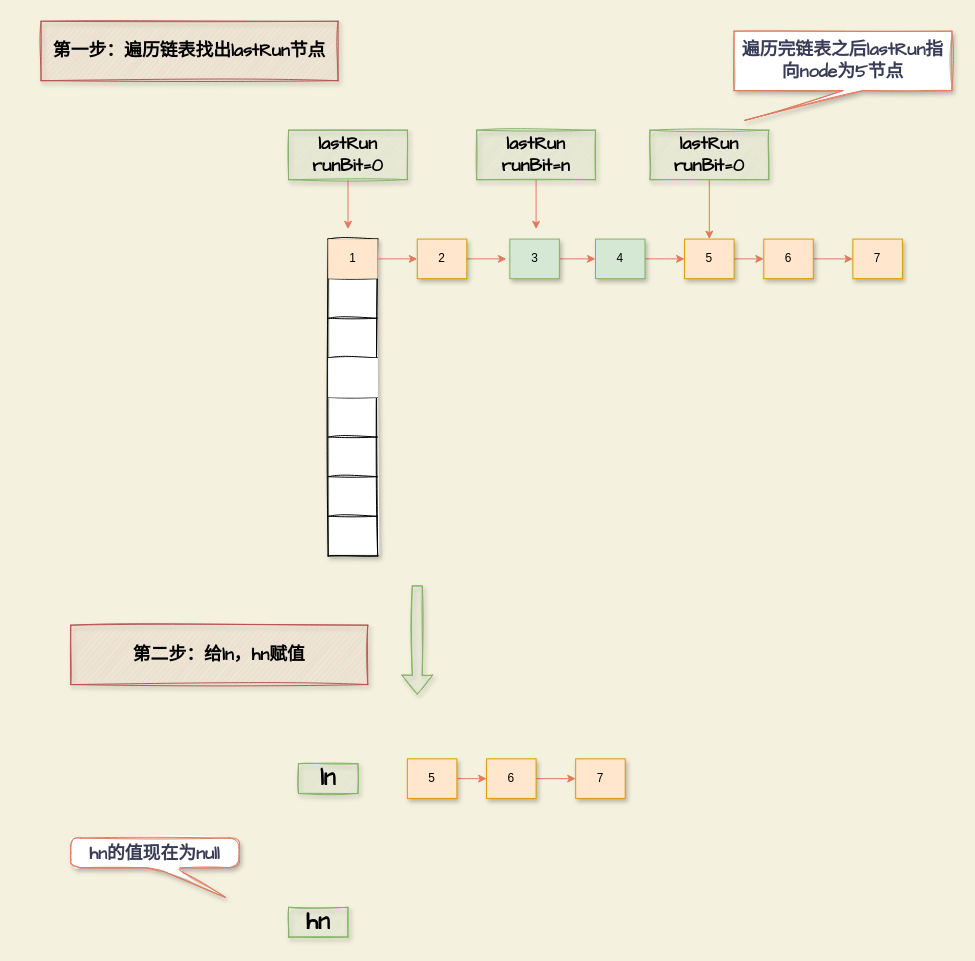
Above: page "为lastRun赋值" (10 of 16) of thread/扩容.drawio in mydlxy/draw (draw.io), before the change. Source tidied: cells renumbered, new cells numbered last; positions are measured from the earlier drawing's top-left corner, leaving out a move shared by most shapes. Both pictures are drawn from the tidied source at 99%, with x=0, y=0 at pixel (41, 21).
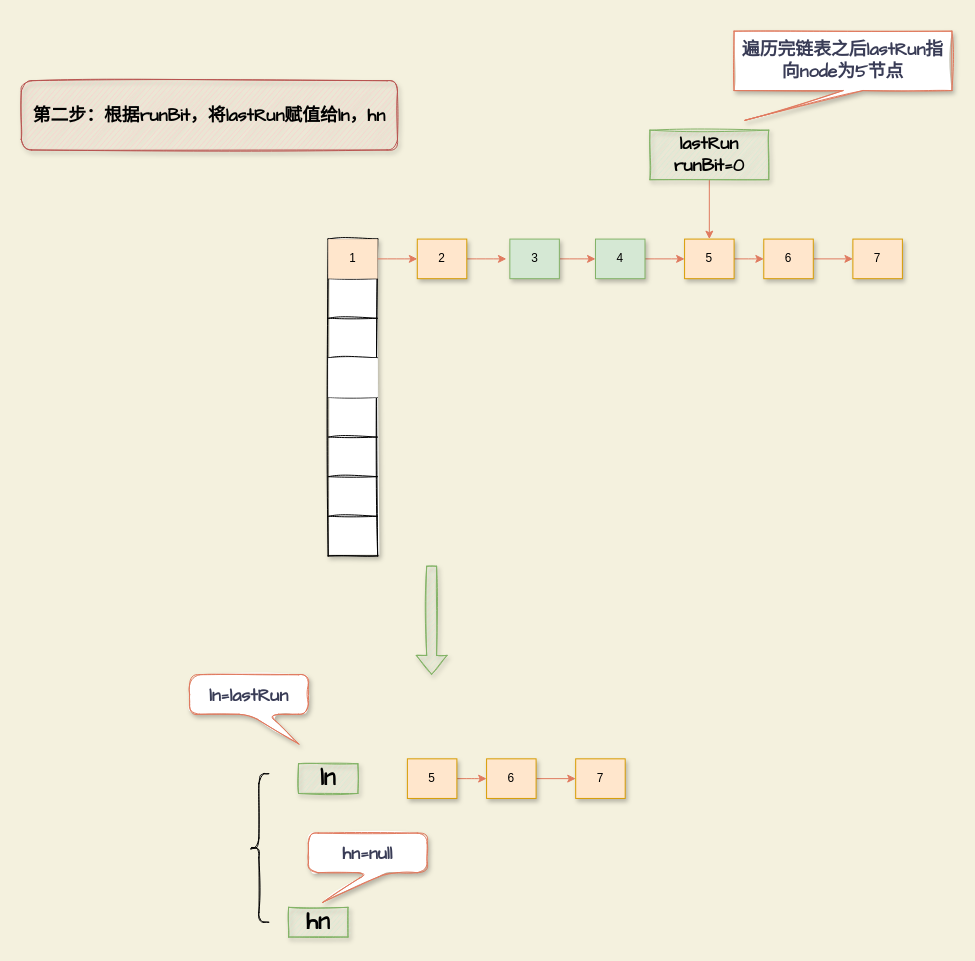
The same page after the edit.

Change to the diagram source:
```diff
@@
-    <mxCell id="31" style="edgeStyle=orthogonalEdgeStyle;curved=0;rounded=1;sketch=0;jettySize=auto;html=1;fontFamily=Comic Sans MS;fontSize=14;fontColor=#393C56;strokeColor=#E07A5F;fillColor=#F2CC8F;" parent="1" edge="1" source="32">
-      <mxGeometry relative="1" as="geometry">
-        <mxPoint x="310" y="210" as="targetPoint" />
-      </mxGeometry>
-    </mxCell>
-    <mxCell id="32" value="&lt;b&gt;&lt;font style=&quot;font-size: 18px;&quot;&gt;lastRun&lt;br&gt;runBit=0&lt;br&gt;&lt;/font&gt;&lt;/b&gt;" style="text;html=1;strokeColor=#82b366;fillColor=#d5e8d4;align=center;verticalAlign=middle;whiteSpace=wrap;rounded=0;shadow=1;sketch=1;fontFamily=Comic Sans MS;fontSize=14;" parent="1" vertex="1">
-      <mxGeometry x="250" y="110" width="120" height="50" as="geometry" />
-    </mxCell>
-    <mxCell id="33" style="edgeStyle=orthogonalEdgeStyle;curved=0;rounded=1;sketch=0;jettySize=auto;html=1;fontFamily=Comic Sans MS;fontSize=18;fontColor=#393C56;strokeColor=#E07A5F;fillColor=#F2CC8F;" parent="1" edge="1" source="34">
-      <mxGeometry relative="1" as="geometry">
-        <mxPoint x="500" y="210" as="targetPoint" />
-      </mxGeometry>
-    </mxCell>
-    <mxCell id="34" value="&lt;b&gt;&lt;font style=&quot;font-size: 18px;&quot;&gt;lastRun&lt;br&gt;runBit=n&lt;br&gt;&lt;/font&gt;&lt;/b&gt;" style="text;html=1;strokeColor=#82b366;fillColor=#d5e8d4;align=center;verticalAlign=middle;whiteSpace=wrap;rounded=0;shadow=1;sketch=1;fontFamily=Comic Sans MS;fontSize=14;" parent="1" vertex="1">
-      <mxGeometry x="440" y="110" width="120" height="50" as="geometry" />
-    </mxCell>
@@
-    <mxCell id="37" value="&lt;b&gt;第一步：遍历链表找出lastRun节点&lt;/b&gt;" style="text;html=1;strokeColor=#b85450;fillColor=#f8cecc;align=center;verticalAlign=middle;whiteSpace=wrap;rounded=0;shadow=1;sketch=1;fontFamily=Comic Sans MS;fontSize=18;" parent="1" vertex="1">
-      <mxGeometry width="300" height="60" as="geometry" />
-    </mxCell>
@@
-    <mxCell id="46" value="&lt;font style=&quot;font-size: 18px;&quot;&gt;&lt;b&gt;hn的值现在为null&lt;/b&gt;&lt;/font&gt;" style="shape=callout;whiteSpace=wrap;html=1;perimeter=calloutPerimeter;rounded=1;shadow=1;sketch=1;fontFamily=Comic Sans MS;fontSize=24;fontColor=#393C56;strokeColor=#E07A5F;fillColor=#FFFFFF;position2=0.92;" parent="1" vertex="1">
-      <mxGeometry x="30" y="825" width="170" height="60" as="geometry" />
+    <mxCell id="46" value="&lt;font style=&quot;font-size: 18px;&quot;&gt;&lt;b&gt;hn=null&lt;/b&gt;&lt;/font&gt;" style="shape=callout;whiteSpace=wrap;html=1;perimeter=calloutPerimeter;rounded=1;shadow=1;sketch=1;fontFamily=Comic Sans MS;fontSize=24;fontColor=#393C56;strokeColor=#E07A5F;fillColor=#FFFFFF;position2=0.12;" parent="1" vertex="1">
+      <mxGeometry x="270" y="820" width="120" height="70" as="geometry" />
     </mxCell>
     <mxCell id="47" style="shape=flexArrow;endArrow=classic;html=1;rounded=1;sketch=1;fontFamily=Comic Sans MS;fontSize=18;fontColor=#393C56;strokeColor=#82b366;fillColor=#d5e8d4;curved=0;shadow=1;" parent="1" edge="1">
       <mxGeometry relative="1" as="geometry">
-        <mxPoint x="380" y="570" as="sourcePoint" />
-        <mxPoint x="380" y="680" as="targetPoint" />
+        <mxPoint x="394.5" y="550" as="sourcePoint" />
+        <mxPoint x="394.5" y="660" as="targetPoint" />
       </mxGeometry>
     </mxCell>
-    <mxCell id="48" value="&lt;b&gt;第二步：给ln，hn赋值&lt;/b&gt;" style="text;html=1;strokeColor=#b85450;fillColor=#f8cecc;align=center;verticalAlign=middle;whiteSpace=wrap;rounded=0;shadow=1;sketch=1;fontFamily=Comic Sans MS;fontSize=18;" parent="1" vertex="1">
-      <mxGeometry x="30" y="610" width="300" height="60" as="geometry" />
+    <mxCell id="48" value="&lt;b&gt;第二步：根据runBit，将lastRun&lt;/b&gt;&lt;b&gt;赋值&lt;/b&gt;&lt;b&gt;给ln，hn&lt;/b&gt;" style="text;html=1;strokeColor=#b85450;fillColor=#f8cecc;align=center;verticalAlign=middle;whiteSpace=wrap;rounded=1;shadow=1;sketch=1;fontFamily=Comic Sans MS;fontSize=18;" parent="1" vertex="1">
+      <mxGeometry x="-20" y="60" width="380" height="70" as="geometry" />
     </mxCell>
+    <mxCell id="49" style="shape=curlyBracket;whiteSpace=wrap;html=1;rounded=1;sketch=1;" parent="1" vertex="1">
+      <mxGeometry x="210" y="760" width="20" height="150" as="geometry" />
+    </mxCell>
+    <mxCell id="50" value="&lt;font style=&quot;font-size: 18px;&quot;&gt;&lt;b&gt;ln=lastRun&lt;/b&gt;&lt;/font&gt;" style="shape=callout;whiteSpace=wrap;html=1;perimeter=calloutPerimeter;rounded=1;shadow=1;sketch=1;fontFamily=Comic Sans MS;fontSize=24;fontColor=#393C56;strokeColor=#E07A5F;fillColor=#FFFFFF;position2=0.92;" parent="1" vertex="1">
+      <mxGeometry x="150" y="660" width="120" height="70" as="geometry" />
+    </mxCell>
```
